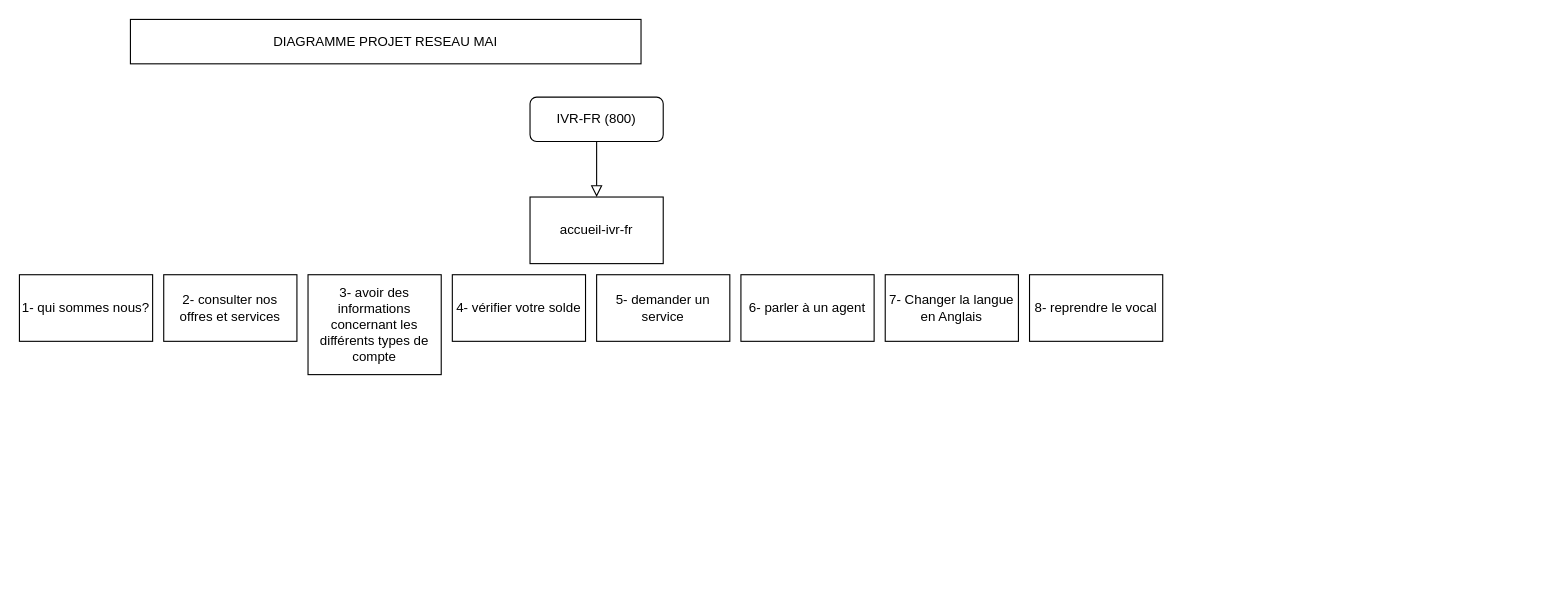
Above: Diagramme sans nom.drawio in Bfabien99/projet_reseau_mai (draw.io), before the change. Source tidied: cells renumbered, new cells numbered last; positions are measured from the earlier drawing's top-left corner, leaving out a move shared by most shapes. Both pictures are drawn from the tidied source at 111%, with x=0, y=0 at pixel (19, 19).
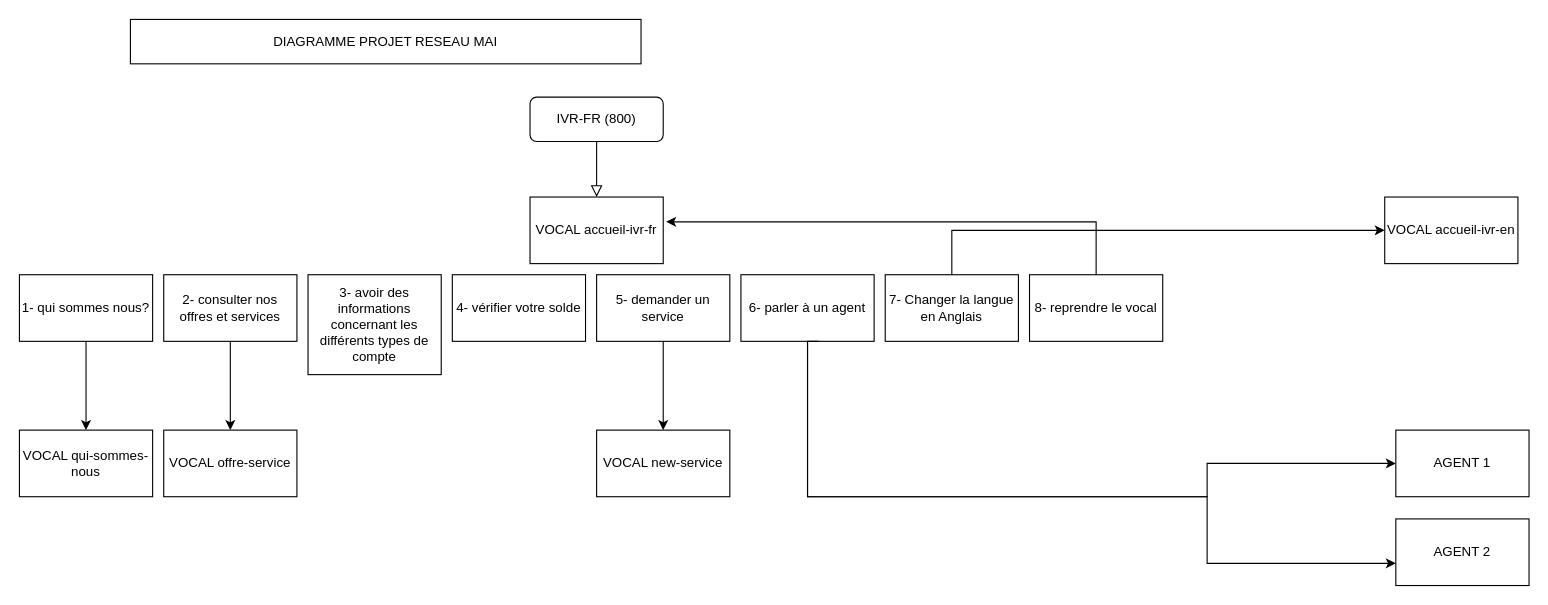
Above is the later version.

Commit message:
repartition des services

The change refers to these unchanged cells:
```xml
<mxCell id="6" value="1- qui sommes nous?" style="rounded=0;whiteSpace=wrap;html=1;" parent="1" vertex="1">
  <mxGeometry y="230" width="120" height="60" as="geometry" />
</mxCell>
<mxCell id="7" value="2- consulter nos offres et services" style="rounded=0;whiteSpace=wrap;html=1;" parent="1" vertex="1">
  <mxGeometry x="130" y="230" width="120" height="60" as="geometry" />
</mxCell>
<mxCell id="10" value="5- demander un service" style="rounded=0;whiteSpace=wrap;html=1;" parent="1" vertex="1">
  <mxGeometry x="520" y="230" width="120" height="60" as="geometry" />
</mxCell>
<mxCell id="11" value="6- parler à un agent" style="rounded=0;whiteSpace=wrap;html=1;" parent="1" vertex="1">
  <mxGeometry x="650" y="230" width="120" height="60" as="geometry" />
</mxCell>
<mxCell id="12" value="7- Changer la langue en Anglais" style="rounded=0;whiteSpace=wrap;html=1;" parent="1" vertex="1">
  <mxGeometry x="780" y="230" width="120" height="60" as="geometry" />
</mxCell>
<mxCell id="13" value="8- reprendre le vocal" style="rounded=0;whiteSpace=wrap;html=1;" parent="1" vertex="1">
  <mxGeometry x="910" y="230" width="120" height="60" as="geometry" />
</mxCell>
```

What changed in the source:
```diff
@@
-    <mxCell id="5" value="accueil-ivr-fr" style="rounded=0;whiteSpace=wrap;html=1;" parent="1" vertex="1">
+    <mxCell id="5" value="VOCAL accueil-ivr-fr" style="rounded=0;whiteSpace=wrap;html=1;" parent="1" vertex="1">
       <mxGeometry x="460" y="160" width="120" height="60" as="geometry" />
     </mxCell>
+    <mxCell id="14" style="edgeStyle=orthogonalEdgeStyle;rounded=0;jettySize=auto;html=1;" parent="1" edge="1" source="6" target="20">
+      <mxGeometry relative="1" as="geometry" />
+    </mxCell>
@@
+    <mxCell id="15" style="edgeStyle=orthogonalEdgeStyle;rounded=0;jettySize=auto;html=1;" parent="1" edge="1" source="7" target="25">
+      <mxGeometry relative="1" as="geometry" />
+    </mxCell>
@@
+    <mxCell id="16" style="edgeStyle=orthogonalEdgeStyle;rounded=0;jettySize=auto;html=1;" parent="1" edge="1" source="10" target="26">
+      <mxGeometry relative="1" as="geometry" />
+    </mxCell>
@@
+    <mxCell id="17" style="edgeStyle=orthogonalEdgeStyle;rounded=0;jettySize=auto;html=1;entryX=0;entryY=0.5;entryDx=0;entryDy=0;" parent="1" edge="1" source="11" target="22">
+      <mxGeometry relative="1" as="geometry">
+        <Array as="points">
+          <mxPoint x="710" y="430" />
+          <mxPoint x="1070" y="430" />
+          <mxPoint x="1070" y="400" />
+        </Array>
+      </mxGeometry>
+    </mxCell>
@@
+    <mxCell id="18" style="edgeStyle=orthogonalEdgeStyle;rounded=0;jettySize=auto;html=1;entryX=0;entryY=0.5;entryDx=0;entryDy=0;" parent="1" edge="1" source="12" target="21">
+      <mxGeometry relative="1" as="geometry">
+        <Array as="points">
+          <mxPoint x="840" y="190" />
+        </Array>
+      </mxGeometry>
+    </mxCell>
@@
+    <mxCell id="19" style="edgeStyle=orthogonalEdgeStyle;rounded=0;jettySize=auto;html=1;entryX=1.022;entryY=0.373;entryDx=0;entryDy=0;entryPerimeter=0;" parent="1" edge="1" source="13" target="5">
+      <mxGeometry relative="1" as="geometry">
+        <Array as="points">
+          <mxPoint x="970" y="182" />
+        </Array>
+      </mxGeometry>
+    </mxCell>
@@
+    <mxCell id="20" value="VOCAL qui-sommes-nous" style="whiteSpace=wrap;html=1;rounded=0;" parent="1" vertex="1">
+      <mxGeometry y="370" width="120" height="60" as="geometry" />
+    </mxCell>
+    <mxCell id="21" value="VOCAL accueil-ivr-en" style="rounded=0;whiteSpace=wrap;html=1;" parent="1" vertex="1">
+      <mxGeometry x="1230" y="160" width="120" height="60" as="geometry" />
+    </mxCell>
+    <mxCell id="22" value="AGENT 1" style="rounded=0;whiteSpace=wrap;html=1;" parent="1" vertex="1">
+      <mxGeometry x="1240" y="370" width="120" height="60" as="geometry" />
+    </mxCell>
+    <mxCell id="23" value="AGENT 2" style="rounded=0;whiteSpace=wrap;html=1;" parent="1" vertex="1">
+      <mxGeometry x="1240" y="450" width="120" height="60" as="geometry" />
+    </mxCell>
+    <mxCell id="24" style="edgeStyle=orthogonalEdgeStyle;rounded=0;jettySize=auto;html=1;exitX=0.583;exitY=1;exitDx=0;exitDy=0;exitPerimeter=0;" parent="1" edge="1" source="11" target="23">
+      <mxGeometry relative="1" as="geometry">
+        <Array as="points">
+          <mxPoint x="710" y="290" />
+          <mxPoint x="710" y="430" />
+          <mxPoint x="1070" y="430" />
+          <mxPoint x="1070" y="490" />
+        </Array>
+      </mxGeometry>
+    </mxCell>
+    <mxCell id="25" value="VOCAL offre-service" style="whiteSpace=wrap;html=1;rounded=0;" parent="1" vertex="1">
+      <mxGeometry x="130" y="370" width="120" height="60" as="geometry" />
+    </mxCell>
+    <mxCell id="26" value="VOCAL new-service" style="whiteSpace=wrap;html=1;rounded=0;" parent="1" vertex="1">
+      <mxGeometry x="520" y="370" width="120" height="60" as="geometry" />
+    </mxCell>
```
